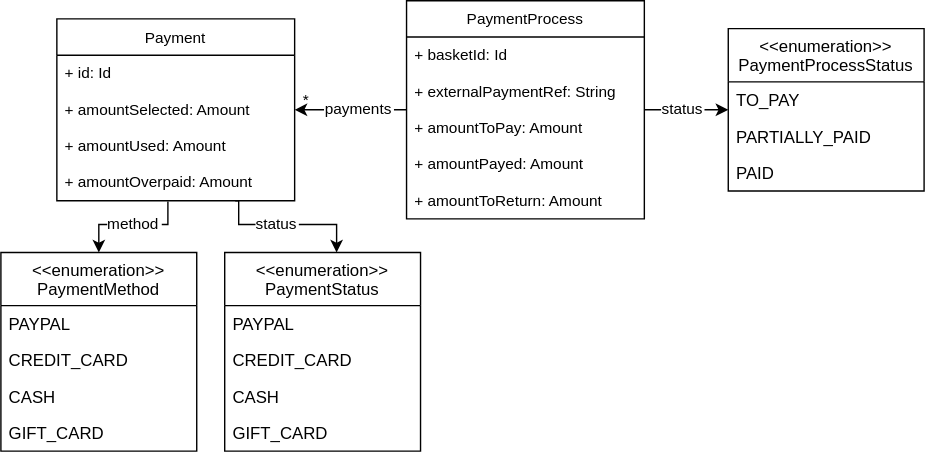
Earlier version of the draw.io export svg/ValueObjectPaymentDiagram.svg (Thalmaier/bachelor-thesis). Source tidied: cells renumbered, new cells last; positions are measured from the earlier drawing's top-left corner, leaving out a move shared by most shapes. Source of this version:
```xml
<mxGraphModel>
  <root>
    <mxCell id="0" />
    <mxCell id="1" parent="0" />
    <mxCell id="2" style="edgeStyle=orthogonalEdgeStyle;rounded=0;jettySize=auto;html=1;labelBackgroundColor=none;fontFamily=Helvetica;fontSize=11;fontColor=#000000;" parent="1" edge="1" source="7" target="13">
      <mxGeometry relative="1" as="geometry" />
    </mxCell>
    <mxCell id="3" value="status" style="edgeLabel;align=center;verticalAlign=middle;fontSize=11;fontFamily=Helvetica;fontColor=#000000;labelBackgroundColor=#FFFFFF;" parent="2" vertex="1">
      <mxGeometry x="-0.19" relative="1" as="geometry">
        <mxPoint x="3" y="-1" as="offset" />
      </mxGeometry>
    </mxCell>
    <mxCell id="4" style="edgeStyle=orthogonalEdgeStyle;rounded=0;jettySize=auto;html=1;labelBackgroundColor=none;fontFamily=Helvetica;fontSize=11;fontColor=#000000;" parent="1" edge="1" source="7" target="19">
      <mxGeometry relative="1" as="geometry" />
    </mxCell>
    <mxCell id="5" value="payments" style="edgeLabel;align=center;verticalAlign=middle;fontSize=11;fontFamily=Helvetica;fontColor=#000000;labelBackgroundColor=#FFFFFF;" parent="4" vertex="1">
      <mxGeometry x="0.14" relative="1" as="geometry">
        <mxPoint x="11" y="-1" as="offset" />
      </mxGeometry>
    </mxCell>
    <mxCell id="6" value="*" style="edgeLabel;html=1;align=center;verticalAlign=middle;fontSize=11;fontFamily=Helvetica;fontColor=#000000;labelBackgroundColor=none;" parent="4" vertex="1">
      <mxGeometry x="0.35" relative="1" as="geometry">
        <mxPoint x="-18" y="-7" as="offset" />
      </mxGeometry>
    </mxCell>
    <mxCell id="7" value="PaymentProcess" style="swimlane;fontStyle=0;horizontal=1;startSize=26;fillColor=none;labelBackgroundColor=#FFFFFF;fontFamily=Helvetica;fontSize=11;fontColor=#000000;" parent="1" vertex="1">
      <mxGeometry x="290" width="170" height="156" as="geometry" />
    </mxCell>
    <mxCell id="8" value="+ basketId: Id" style="text;strokeColor=none;fillColor=none;align=left;verticalAlign=top;spacingLeft=4;spacingRight=4;overflow=hidden;labelBackgroundColor=#FFFFFF;fontFamily=Helvetica;fontSize=11;fontColor=#000000;" parent="7" vertex="1">
      <mxGeometry y="26" width="170" height="26" as="geometry" />
    </mxCell>
    <mxCell id="9" value="+ externalPaymentRef: String" style="text;strokeColor=none;fillColor=none;align=left;verticalAlign=top;spacingLeft=4;spacingRight=4;overflow=hidden;labelBackgroundColor=#FFFFFF;fontFamily=Helvetica;fontSize=11;fontColor=#000000;" parent="7" vertex="1">
      <mxGeometry y="52" width="170" height="26" as="geometry" />
    </mxCell>
    <mxCell id="10" value="+ amountToPay: Amount" style="text;strokeColor=none;fillColor=none;align=left;verticalAlign=top;spacingLeft=4;spacingRight=4;overflow=hidden;labelBackgroundColor=#FFFFFF;fontFamily=Helvetica;fontSize=11;fontColor=#000000;" parent="7" vertex="1">
      <mxGeometry y="78" width="170" height="26" as="geometry" />
    </mxCell>
    <mxCell id="11" value="+ amountPayed: Amount" style="text;strokeColor=none;fillColor=none;align=left;verticalAlign=top;spacingLeft=4;spacingRight=4;overflow=hidden;labelBackgroundColor=#FFFFFF;fontFamily=Helvetica;fontSize=11;fontColor=#000000;" parent="7" vertex="1">
      <mxGeometry y="104" width="170" height="26" as="geometry" />
    </mxCell>
    <mxCell id="12" value="+ amountToReturn: Amount" style="text;strokeColor=none;fillColor=none;align=left;verticalAlign=top;spacingLeft=4;spacingRight=4;overflow=hidden;labelBackgroundColor=#FFFFFF;fontFamily=Helvetica;fontSize=11;fontColor=#000000;" parent="7" vertex="1">
      <mxGeometry y="130" width="170" height="26" as="geometry" />
    </mxCell>
    <mxCell id="13" value="&lt;&lt;enumeration&gt;&gt;&#10;PaymentProcessStatus" style="swimlane;fontStyle=0;horizontal=1;startSize=38;fillColor=none;labelBackgroundColor=none;fontColor=#000000;strokeColor=#000000;" parent="1" vertex="1">
      <mxGeometry x="520" y="20" width="140" height="116" as="geometry" />
    </mxCell>
    <mxCell id="14" value="TO_PAY" style="text;strokeColor=none;fillColor=none;align=left;verticalAlign=top;spacingLeft=4;spacingRight=4;overflow=hidden;labelBackgroundColor=none;fontColor=#000000;" parent="13" vertex="1">
      <mxGeometry y="38" width="140" height="26" as="geometry" />
    </mxCell>
    <mxCell id="15" value="PARTIALLY_PAID" style="text;strokeColor=none;fillColor=none;align=left;verticalAlign=top;spacingLeft=4;spacingRight=4;overflow=hidden;labelBackgroundColor=none;fontColor=#000000;" parent="13" vertex="1">
      <mxGeometry y="64" width="140" height="26" as="geometry" />
    </mxCell>
    <mxCell id="16" value="PAID" style="text;strokeColor=none;fillColor=none;align=left;verticalAlign=top;spacingLeft=4;spacingRight=4;overflow=hidden;labelBackgroundColor=none;fontColor=#000000;" parent="13" vertex="1">
      <mxGeometry y="90" width="140" height="26" as="geometry" />
    </mxCell>
    <mxCell id="17" style="edgeStyle=orthogonalEdgeStyle;rounded=0;jettySize=auto;html=1;labelBackgroundColor=none;fontFamily=Helvetica;fontSize=11;fontColor=#000000;exitX=0.467;exitY=1.023;exitDx=0;exitDy=0;exitPerimeter=0;" parent="1" edge="1" source="23" target="24">
      <mxGeometry relative="1" as="geometry">
        <Array as="points">
          <mxPoint x="119" y="160" />
          <mxPoint x="70" y="160" />
        </Array>
      </mxGeometry>
    </mxCell>
    <mxCell id="18" value="method" style="edgeLabel;align=center;verticalAlign=middle;fontSize=11;fontFamily=Helvetica;fontColor=#000000;labelBackgroundColor=#FFFFFF;" parent="17" vertex="1">
      <mxGeometry x="-0.09" relative="1" as="geometry">
        <mxPoint x="-2" y="-1" as="offset" />
      </mxGeometry>
    </mxCell>
    <mxCell id="19" value="Payment" style="swimlane;fontStyle=0;horizontal=1;startSize=26;fillColor=none;labelBackgroundColor=#FFFFFF;fontFamily=Helvetica;fontSize=11;fontColor=#000000;" parent="1" vertex="1">
      <mxGeometry x="40" y="13" width="170" height="130" as="geometry" />
    </mxCell>
    <mxCell id="20" value="+ id: Id" style="text;strokeColor=none;fillColor=none;align=left;verticalAlign=top;spacingLeft=4;spacingRight=4;overflow=hidden;labelBackgroundColor=#FFFFFF;fontFamily=Helvetica;fontSize=11;fontColor=#000000;" parent="19" vertex="1">
      <mxGeometry y="26" width="170" height="26" as="geometry" />
    </mxCell>
    <mxCell id="21" value="+ amountSelected: Amount" style="text;strokeColor=none;fillColor=none;align=left;verticalAlign=top;spacingLeft=4;spacingRight=4;overflow=hidden;labelBackgroundColor=#FFFFFF;fontFamily=Helvetica;fontSize=11;fontColor=#000000;" parent="19" vertex="1">
      <mxGeometry y="52" width="170" height="26" as="geometry" />
    </mxCell>
    <mxCell id="22" value="+ amountUsed: Amount" style="text;strokeColor=none;fillColor=none;align=left;verticalAlign=top;spacingLeft=4;spacingRight=4;overflow=hidden;labelBackgroundColor=#FFFFFF;fontFamily=Helvetica;fontSize=11;fontColor=#000000;" parent="19" vertex="1">
      <mxGeometry y="78" width="170" height="26" as="geometry" />
    </mxCell>
    <mxCell id="23" value="+ amountOverpaid: Amount" style="text;strokeColor=none;fillColor=none;align=left;verticalAlign=top;spacingLeft=4;spacingRight=4;overflow=hidden;points=[[0,0.5],[1,0.5]];portConstraint=eastwest;labelBackgroundColor=#FFFFFF;fontFamily=Helvetica;fontSize=11;fontColor=#000000;" parent="19" vertex="1">
      <mxGeometry y="104" width="170" height="26" as="geometry" />
    </mxCell>
    <mxCell id="24" value="&lt;&lt;enumeration&gt;&gt;&#10;PaymentMethod" style="swimlane;fontStyle=0;horizontal=1;startSize=38;fillColor=none;labelBackgroundColor=none;fontColor=#000000;strokeColor=#000000;" parent="1" vertex="1">
      <mxGeometry y="180" width="140" height="142" as="geometry" />
    </mxCell>
    <mxCell id="25" value="PAYPAL" style="text;strokeColor=none;fillColor=none;align=left;verticalAlign=top;spacingLeft=4;spacingRight=4;overflow=hidden;labelBackgroundColor=none;fontColor=#000000;" parent="24" vertex="1">
      <mxGeometry y="38" width="140" height="26" as="geometry" />
    </mxCell>
    <mxCell id="26" value="CREDIT_CARD" style="text;strokeColor=none;fillColor=none;align=left;verticalAlign=top;spacingLeft=4;spacingRight=4;overflow=hidden;labelBackgroundColor=none;fontColor=#000000;" parent="24" vertex="1">
      <mxGeometry y="64" width="140" height="26" as="geometry" />
    </mxCell>
    <mxCell id="27" value="CASH" style="text;strokeColor=none;fillColor=none;align=left;verticalAlign=top;spacingLeft=4;spacingRight=4;overflow=hidden;labelBackgroundColor=none;fontColor=#000000;" parent="24" vertex="1">
      <mxGeometry y="90" width="140" height="26" as="geometry" />
    </mxCell>
    <mxCell id="28" value="GIFT_CARD" style="text;strokeColor=none;fillColor=none;align=left;verticalAlign=top;spacingLeft=4;spacingRight=4;overflow=hidden;labelBackgroundColor=none;fontColor=#000000;" parent="24" vertex="1">
      <mxGeometry y="116" width="140" height="26" as="geometry" />
    </mxCell>
    <mxCell id="29" value="&lt;&lt;enumeration&gt;&gt;&#10;PaymentStatus" style="swimlane;fontStyle=0;horizontal=1;startSize=38;fillColor=none;labelBackgroundColor=none;fontColor=#000000;strokeColor=#000000;" parent="1" vertex="1">
      <mxGeometry x="160" y="180" width="140" height="142" as="geometry" />
    </mxCell>
    <mxCell id="30" value="PAYPAL" style="text;strokeColor=none;fillColor=none;align=left;verticalAlign=top;spacingLeft=4;spacingRight=4;overflow=hidden;labelBackgroundColor=none;fontColor=#000000;" parent="29" vertex="1">
      <mxGeometry y="38" width="140" height="26" as="geometry" />
    </mxCell>
    <mxCell id="31" value="CREDIT_CARD" style="text;strokeColor=none;fillColor=none;align=left;verticalAlign=top;spacingLeft=4;spacingRight=4;overflow=hidden;labelBackgroundColor=none;fontColor=#000000;" parent="29" vertex="1">
      <mxGeometry y="64" width="140" height="26" as="geometry" />
    </mxCell>
    <mxCell id="32" value="CASH" style="text;strokeColor=none;fillColor=none;align=left;verticalAlign=top;spacingLeft=4;spacingRight=4;overflow=hidden;labelBackgroundColor=none;fontColor=#000000;" parent="29" vertex="1">
      <mxGeometry y="90" width="140" height="26" as="geometry" />
    </mxCell>
    <mxCell id="33" value="GIFT_CARD" style="text;strokeColor=none;fillColor=none;align=left;verticalAlign=top;spacingLeft=4;spacingRight=4;overflow=hidden;labelBackgroundColor=none;fontColor=#000000;" parent="29" vertex="1">
      <mxGeometry y="116" width="140" height="26" as="geometry" />
    </mxCell>
    <mxCell id="34" style="edgeStyle=orthogonalEdgeStyle;rounded=0;jettySize=auto;html=1;exitX=0.75;exitY=1;exitDx=0;exitDy=0;labelBackgroundColor=none;fontFamily=Helvetica;fontSize=11;fontColor=#000000;" parent="1" edge="1" source="19" target="29">
      <mxGeometry relative="1" as="geometry">
        <Array as="points">
          <mxPoint x="170" y="143" />
          <mxPoint x="170" y="160" />
          <mxPoint x="240" y="160" />
        </Array>
      </mxGeometry>
    </mxCell>
    <mxCell id="35" value="status" style="edgeLabel;align=center;verticalAlign=middle;fontColor=#000000;labelBackgroundColor=#FFFFFF;" parent="34" vertex="1">
      <mxGeometry x="-0.29" relative="1" as="geometry">
        <mxPoint x="8" y="-1" as="offset" />
      </mxGeometry>
    </mxCell>
  </root>
</mxGraphModel>
```
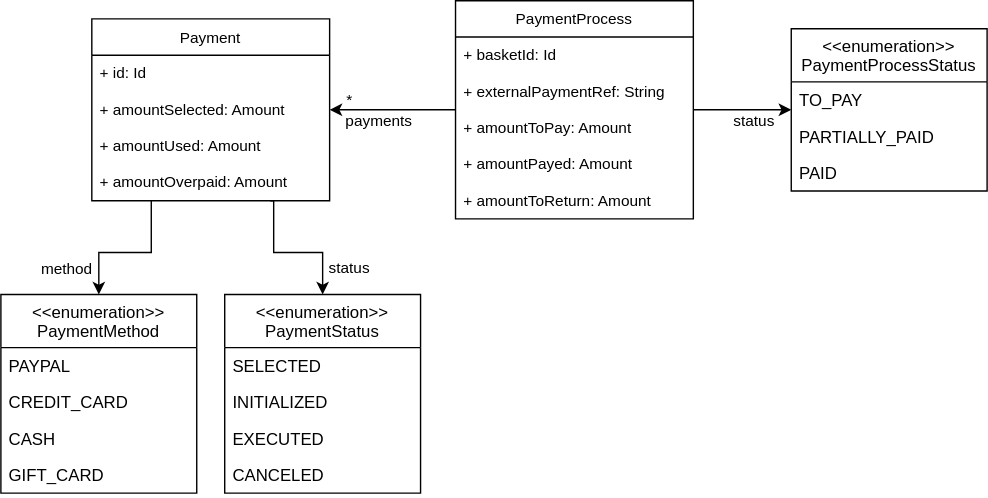
Above is the later version.

The edit, as a diff of the source:
```diff
@@ -2,29 +2,29 @@
   <root>
     <mxCell id="0" />
     <mxCell id="1" parent="0" />
-    <mxCell id="2" style="edgeStyle=orthogonalEdgeStyle;rounded=0;jettySize=auto;html=1;labelBackgroundColor=none;fontFamily=Helvetica;fontSize=11;fontColor=#000000;" parent="1" edge="1" source="7" target="13">
+    <mxCell id="2" style="edgeStyle=orthogonalEdgeStyle;rounded=0;jettySize=auto;html=1;labelBackgroundColor=none;fontFamily=Helvetica;fontSize=11;fontColor=#000000;strokeColor=#000000;" parent="1" edge="1" source="7" target="13">
       <mxGeometry relative="1" as="geometry" />
     </mxCell>
     <mxCell id="3" value="status" style="edgeLabel;align=center;verticalAlign=middle;fontSize=11;fontFamily=Helvetica;fontColor=#000000;labelBackgroundColor=#FFFFFF;" parent="2" vertex="1">
       <mxGeometry x="-0.19" relative="1" as="geometry">
-        <mxPoint x="3" y="-1" as="offset" />
+        <mxPoint x="15" y="7" as="offset" />
       </mxGeometry>
     </mxCell>
-    <mxCell id="4" style="edgeStyle=orthogonalEdgeStyle;rounded=0;jettySize=auto;html=1;labelBackgroundColor=none;fontFamily=Helvetica;fontSize=11;fontColor=#000000;" parent="1" edge="1" source="7" target="19">
+    <mxCell id="4" style="edgeStyle=orthogonalEdgeStyle;rounded=0;jettySize=auto;html=1;labelBackgroundColor=none;fontFamily=Helvetica;fontSize=11;fontColor=#000000;strokeColor=#000000;" parent="1" edge="1" source="7" target="19">
       <mxGeometry relative="1" as="geometry" />
     </mxCell>
     <mxCell id="5" value="payments" style="edgeLabel;align=center;verticalAlign=middle;fontSize=11;fontFamily=Helvetica;fontColor=#000000;labelBackgroundColor=#FFFFFF;" parent="4" vertex="1">
       <mxGeometry x="0.14" relative="1" as="geometry">
-        <mxPoint x="11" y="-1" as="offset" />
+        <mxPoint x="-4" y="7" as="offset" />
       </mxGeometry>
     </mxCell>
     <mxCell id="6" value="*" style="edgeLabel;html=1;align=center;verticalAlign=middle;fontSize=11;fontFamily=Helvetica;fontColor=#000000;labelBackgroundColor=none;" parent="4" vertex="1">
       <mxGeometry x="0.35" relative="1" as="geometry">
-        <mxPoint x="-18" y="-7" as="offset" />
+        <mxPoint x="-16" y="-7" as="offset" />
       </mxGeometry>
     </mxCell>
-    <mxCell id="7" value="PaymentProcess" style="swimlane;fontStyle=0;horizontal=1;startSize=26;fillColor=none;labelBackgroundColor=#FFFFFF;fontFamily=Helvetica;fontSize=11;fontColor=#000000;" parent="1" vertex="1">
-      <mxGeometry x="290" width="170" height="156" as="geometry" />
+    <mxCell id="7" value="PaymentProcess" style="swimlane;fontStyle=0;horizontal=1;startSize=26;fillColor=none;labelBackgroundColor=#FFFFFF;fontFamily=Helvetica;fontSize=11;fontColor=#000000;strokeColor=#000000;" parent="1" vertex="1">
+      <mxGeometry x="300" width="170" height="156" as="geometry" />
     </mxCell>
     <mxCell id="8" value="+ basketId: Id" style="text;strokeColor=none;fillColor=none;align=left;verticalAlign=top;spacingLeft=4;spacingRight=4;overflow=hidden;labelBackgroundColor=#FFFFFF;fontFamily=Helvetica;fontSize=11;fontColor=#000000;" parent="7" vertex="1">
       <mxGeometry y="26" width="170" height="26" as="geometry" />
@@ -42,7 +42,7 @@
       <mxGeometry y="130" width="170" height="26" as="geometry" />
     </mxCell>
     <mxCell id="13" value="&lt;&lt;enumeration&gt;&gt;&#10;PaymentProcessStatus" style="swimlane;fontStyle=0;horizontal=1;startSize=38;fillColor=none;labelBackgroundColor=none;fontColor=#000000;strokeColor=#000000;" parent="1" vertex="1">
-      <mxGeometry x="520" y="20" width="140" height="116" as="geometry" />
+      <mxGeometry x="540" y="20" width="140" height="116" as="geometry" />
     </mxCell>
     <mxCell id="14" value="TO_PAY" style="text;strokeColor=none;fillColor=none;align=left;verticalAlign=top;spacingLeft=4;spacingRight=4;overflow=hidden;labelBackgroundColor=none;fontColor=#000000;" parent="13" vertex="1">
       <mxGeometry y="38" width="140" height="26" as="geometry" />
@@ -53,20 +53,20 @@
     <mxCell id="16" value="PAID" style="text;strokeColor=none;fillColor=none;align=left;verticalAlign=top;spacingLeft=4;spacingRight=4;overflow=hidden;labelBackgroundColor=none;fontColor=#000000;" parent="13" vertex="1">
       <mxGeometry y="90" width="140" height="26" as="geometry" />
     </mxCell>
-    <mxCell id="17" style="edgeStyle=orthogonalEdgeStyle;rounded=0;jettySize=auto;html=1;labelBackgroundColor=none;fontFamily=Helvetica;fontSize=11;fontColor=#000000;exitX=0.467;exitY=1.023;exitDx=0;exitDy=0;exitPerimeter=0;" parent="1" edge="1" source="23" target="24">
+    <mxCell id="17" style="edgeStyle=orthogonalEdgeStyle;rounded=0;jettySize=auto;html=1;labelBackgroundColor=none;fontFamily=Helvetica;fontSize=11;fontColor=#000000;exitX=0.25;exitY=1;exitDx=0;exitDy=0;entryX=0.5;entryY=0;entryDx=0;entryDy=0;strokeColor=#000000;" parent="1" edge="1" source="19" target="24">
       <mxGeometry relative="1" as="geometry">
         <Array as="points">
-          <mxPoint x="119" y="160" />
-          <mxPoint x="70" y="160" />
+          <mxPoint x="83" y="180" />
+          <mxPoint x="45" y="180" />
         </Array>
       </mxGeometry>
     </mxCell>
     <mxCell id="18" value="method" style="edgeLabel;align=center;verticalAlign=middle;fontSize=11;fontFamily=Helvetica;fontColor=#000000;labelBackgroundColor=#FFFFFF;" parent="17" vertex="1">
       <mxGeometry x="-0.09" relative="1" as="geometry">
-        <mxPoint x="-2" y="-1" as="offset" />
+        <mxPoint x="-50" y="11" as="offset" />
       </mxGeometry>
     </mxCell>
-    <mxCell id="19" value="Payment" style="swimlane;fontStyle=0;horizontal=1;startSize=26;fillColor=none;labelBackgroundColor=#FFFFFF;fontFamily=Helvetica;fontSize=11;fontColor=#000000;" parent="1" vertex="1">
+    <mxCell id="19" value="Payment" style="swimlane;fontStyle=0;horizontal=1;startSize=26;fillColor=none;labelBackgroundColor=#FFFFFF;fontFamily=Helvetica;fontSize=11;fontColor=#000000;strokeColor=#000000;" parent="1" vertex="1">
       <mxGeometry x="40" y="13" width="170" height="130" as="geometry" />
     </mxCell>
     <mxCell id="20" value="+ id: Id" style="text;strokeColor=none;fillColor=none;align=left;verticalAlign=top;spacingLeft=4;spacingRight=4;overflow=hidden;labelBackgroundColor=#FFFFFF;fontFamily=Helvetica;fontSize=11;fontColor=#000000;" parent="19" vertex="1">
@@ -82,7 +82,7 @@
       <mxGeometry y="104" width="170" height="26" as="geometry" />
     </mxCell>
     <mxCell id="24" value="&lt;&lt;enumeration&gt;&gt;&#10;PaymentMethod" style="swimlane;fontStyle=0;horizontal=1;startSize=38;fillColor=none;labelBackgroundColor=none;fontColor=#000000;strokeColor=#000000;" parent="1" vertex="1">
-      <mxGeometry y="180" width="140" height="142" as="geometry" />
+      <mxGeometry x="-25" y="210" width="140" height="142" as="geometry" />
     </mxCell>
     <mxCell id="25" value="PAYPAL" style="text;strokeColor=none;fillColor=none;align=left;verticalAlign=top;spacingLeft=4;spacingRight=4;overflow=hidden;labelBackgroundColor=none;fontColor=#000000;" parent="24" vertex="1">
       <mxGeometry y="38" width="140" height="26" as="geometry" />
@@ -97,32 +97,32 @@
       <mxGeometry y="116" width="140" height="26" as="geometry" />
     </mxCell>
     <mxCell id="29" value="&lt;&lt;enumeration&gt;&gt;&#10;PaymentStatus" style="swimlane;fontStyle=0;horizontal=1;startSize=38;fillColor=none;labelBackgroundColor=none;fontColor=#000000;strokeColor=#000000;" parent="1" vertex="1">
-      <mxGeometry x="160" y="180" width="140" height="142" as="geometry" />
+      <mxGeometry x="135" y="210" width="140" height="142" as="geometry" />
     </mxCell>
-    <mxCell id="30" value="PAYPAL" style="text;strokeColor=none;fillColor=none;align=left;verticalAlign=top;spacingLeft=4;spacingRight=4;overflow=hidden;labelBackgroundColor=none;fontColor=#000000;" parent="29" vertex="1">
+    <mxCell id="30" value="SELECTED" style="text;strokeColor=none;fillColor=none;align=left;verticalAlign=top;spacingLeft=4;spacingRight=4;overflow=hidden;labelBackgroundColor=none;fontColor=#000000;" parent="29" vertex="1">
       <mxGeometry y="38" width="140" height="26" as="geometry" />
     </mxCell>
-    <mxCell id="31" value="CREDIT_CARD" style="text;strokeColor=none;fillColor=none;align=left;verticalAlign=top;spacingLeft=4;spacingRight=4;overflow=hidden;labelBackgroundColor=none;fontColor=#000000;" parent="29" vertex="1">
+    <mxCell id="31" value="INITIALIZED" style="text;strokeColor=none;fillColor=none;align=left;verticalAlign=top;spacingLeft=4;spacingRight=4;overflow=hidden;labelBackgroundColor=none;fontColor=#000000;" parent="29" vertex="1">
       <mxGeometry y="64" width="140" height="26" as="geometry" />
     </mxCell>
-    <mxCell id="32" value="CASH" style="text;strokeColor=none;fillColor=none;align=left;verticalAlign=top;spacingLeft=4;spacingRight=4;overflow=hidden;labelBackgroundColor=none;fontColor=#000000;" parent="29" vertex="1">
+    <mxCell id="32" value="EXECUTED" style="text;strokeColor=none;fillColor=none;align=left;verticalAlign=top;spacingLeft=4;spacingRight=4;overflow=hidden;labelBackgroundColor=none;fontColor=#000000;" parent="29" vertex="1">
       <mxGeometry y="90" width="140" height="26" as="geometry" />
     </mxCell>
-    <mxCell id="33" value="GIFT_CARD" style="text;strokeColor=none;fillColor=none;align=left;verticalAlign=top;spacingLeft=4;spacingRight=4;overflow=hidden;labelBackgroundColor=none;fontColor=#000000;" parent="29" vertex="1">
+    <mxCell id="33" value="CANCELED" style="text;strokeColor=none;fillColor=none;align=left;verticalAlign=top;spacingLeft=4;spacingRight=4;overflow=hidden;labelBackgroundColor=none;fontColor=#000000;" parent="29" vertex="1">
       <mxGeometry y="116" width="140" height="26" as="geometry" />
     </mxCell>
-    <mxCell id="34" style="edgeStyle=orthogonalEdgeStyle;rounded=0;jettySize=auto;html=1;exitX=0.75;exitY=1;exitDx=0;exitDy=0;labelBackgroundColor=none;fontFamily=Helvetica;fontSize=11;fontColor=#000000;" parent="1" edge="1" source="19" target="29">
+    <mxCell id="34" style="edgeStyle=orthogonalEdgeStyle;rounded=0;jettySize=auto;html=1;exitX=0.75;exitY=1;exitDx=0;exitDy=0;labelBackgroundColor=none;fontFamily=Helvetica;fontSize=11;fontColor=#000000;entryX=0.5;entryY=0;entryDx=0;entryDy=0;strokeColor=#000000;" parent="1" edge="1" source="19" target="29">
       <mxGeometry relative="1" as="geometry">
         <Array as="points">
           <mxPoint x="170" y="143" />
-          <mxPoint x="170" y="160" />
-          <mxPoint x="240" y="160" />
+          <mxPoint x="170" y="180" />
+          <mxPoint x="205" y="180" />
         </Array>
       </mxGeometry>
     </mxCell>
     <mxCell id="35" value="status" style="edgeLabel;align=center;verticalAlign=middle;fontColor=#000000;labelBackgroundColor=#FFFFFF;" parent="34" vertex="1">
       <mxGeometry x="-0.29" relative="1" as="geometry">
-        <mxPoint x="8" y="-1" as="offset" />
+        <mxPoint x="54" y="13" as="offset" />
       </mxGeometry>
     </mxCell>
   </root>
```
